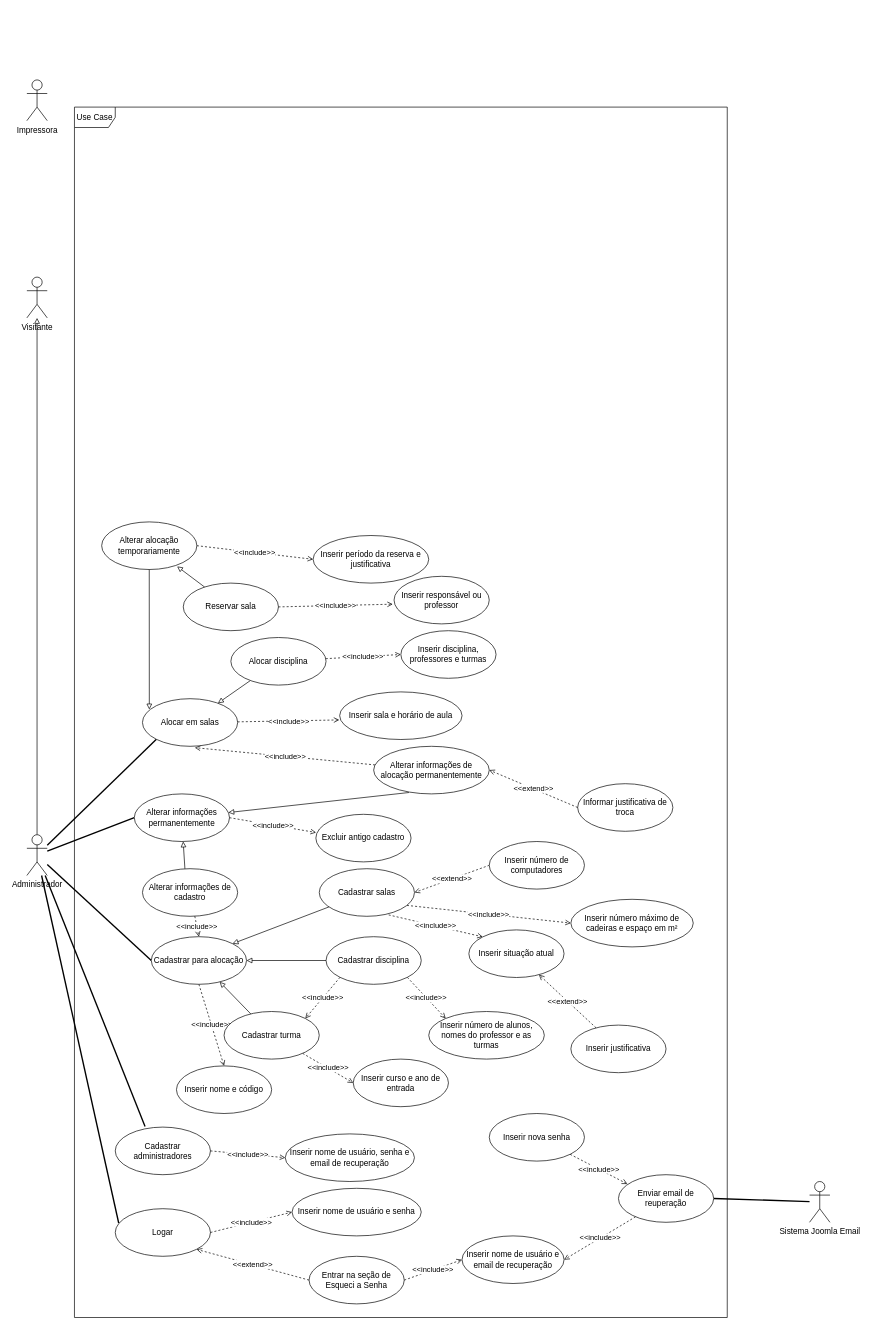
The draw.io diagram docs/requisitos/Diagrama de casos de uso.drawio in Gian-Figueiredo/sistema-ensalamento, before the edit. Source tidied: cells renumbered, new cells numbered last; positions are measured from the earlier drawing's top-left corner, leaving out a move shared by most shapes. Both pictures are drawn from the tidied source at 68%, with x=0, y=0 at pixel (27, 80).
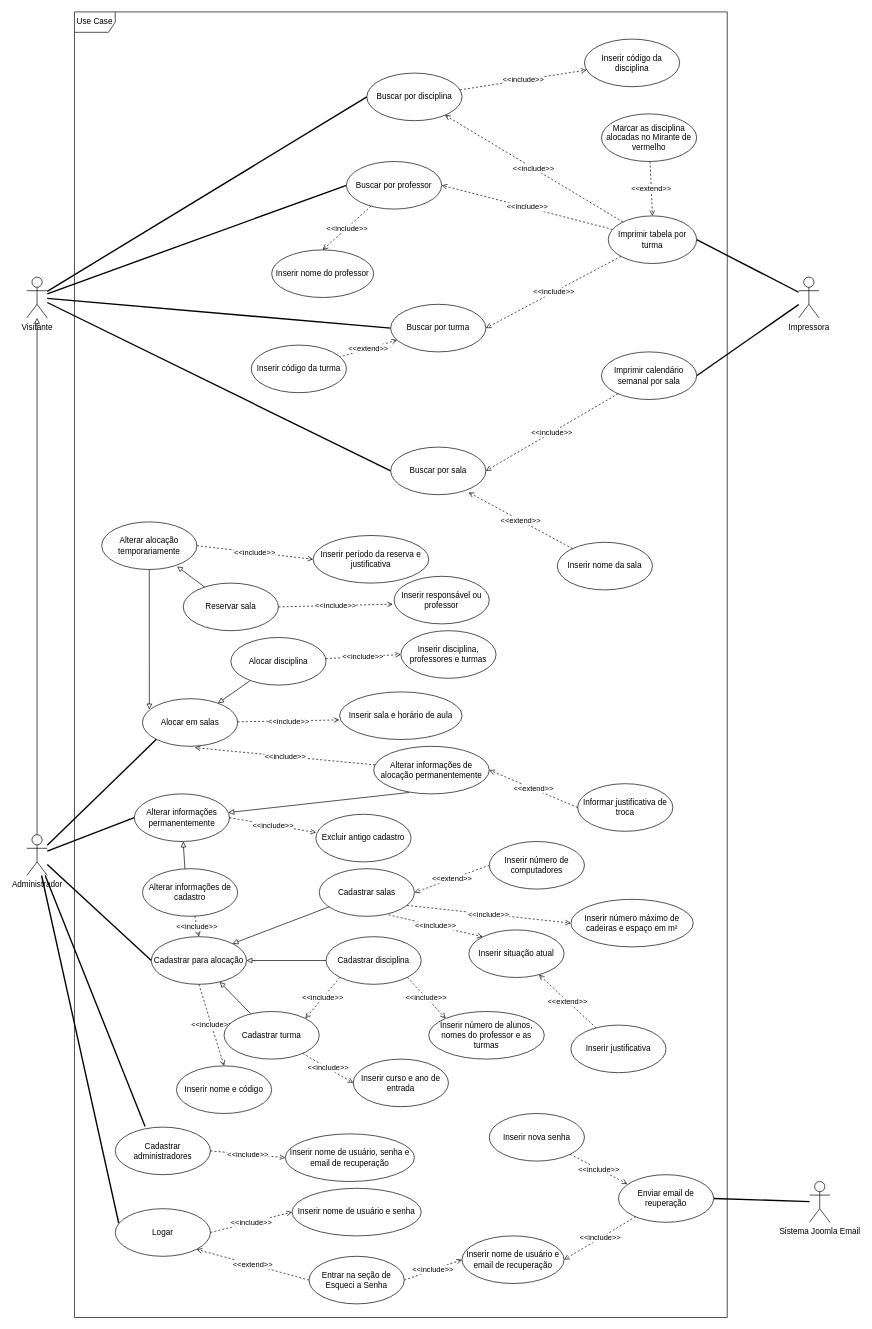
The same diagram, later.

Commit message (it also covers changes not shown here):
docs: Todos os casos de uso foram documentados

Unchanged cells that the change refers to:
```xml
<mxCell id="7" value="Visitante" style="shape=umlActor;verticalLabelPosition=bottom;verticalAlign=top;html=1;labelPerimeter=1;" parent="1" vertex="1">
  <mxGeometry y="290" width="30" height="60" as="geometry" />
</mxCell>
```

The edit, as a diff of the source:
```diff
@@
+    <mxCell id="76" style="rounded=0;jettySize=auto;html=1;entryX=0;entryY=0.5;entryDx=0;entryDy=0;defaultLabelBackgroundColor=page;labelPadding=0 4;strokeWidth=2;endArrow=none;endFill=0;" parent="1" edge="1" source="7" target="82">
+      <mxGeometry relative="1" as="geometry" />
+    </mxCell>
+    <mxCell id="77" style="rounded=0;jettySize=auto;html=1;entryX=0;entryY=0.5;entryDx=0;entryDy=0;defaultLabelBackgroundColor=page;labelPadding=0 4;strokeWidth=2;endArrow=none;endFill=0;" parent="1" edge="1" source="7" target="86">
+      <mxGeometry relative="1" as="geometry" />
+    </mxCell>
+    <mxCell id="78" style="rounded=0;jettySize=auto;html=1;entryX=0;entryY=0.5;entryDx=0;entryDy=0;defaultLabelBackgroundColor=page;labelPadding=0 4;strokeWidth=2;endArrow=none;endFill=0;" parent="1" edge="1" source="7" target="88">
+      <mxGeometry relative="1" as="geometry" />
+    </mxCell>
+    <mxCell id="79" style="rounded=0;jettySize=auto;html=1;entryX=0;entryY=0.5;entryDx=0;entryDy=0;defaultLabelBackgroundColor=page;labelPadding=0 4;strokeWidth=2;endArrow=none;endFill=0;" parent="1" edge="1" source="7" target="90">
+      <mxGeometry relative="1" as="geometry" />
+    </mxCell>
@@
     <mxCell id="8" value="Use Case" style="shape=umlFrame;whiteSpace=wrap;html=1;" parent="1" vertex="1">
-      <mxGeometry x="70" y="40" width="960" height="1780" as="geometry" />
+      <mxGeometry x="70" y="-100" width="960" height="1920" as="geometry" />
     </mxCell>
@@
+    <mxCell id="80" style="rounded=0;jettySize=auto;html=1;entryX=1;entryY=0.5;entryDx=0;entryDy=0;defaultLabelBackgroundColor=page;labelPadding=0 4;strokeWidth=2;endArrow=none;endFill=0;" parent="1" edge="1" source="75" target="99">
+      <mxGeometry relative="1" as="geometry" />
+    </mxCell>
+    <mxCell id="81" style="rounded=0;jettySize=auto;html=1;entryX=1;entryY=0.5;entryDx=0;entryDy=0;defaultLabelBackgroundColor=page;labelPadding=0 4;strokeWidth=2;endArrow=none;endFill=0;" parent="1" edge="1" source="75" target="95">
+      <mxGeometry relative="1" as="geometry" />
+    </mxCell>
     <mxCell id="75" value="Impressora" style="shape=umlActor;verticalLabelPosition=bottom;verticalAlign=top;html=1;labelPerimeter=1;" parent="1" vertex="1">
-      <mxGeometry width="30" height="60" as="geometry" />
+      <mxGeometry x="1135" y="290" width="30" height="60" as="geometry" />
     </mxCell>
+    <mxCell id="82" value="Buscar por&amp;nbsp;&lt;span style=&quot;background-color: transparent; color: light-dark(#000000, var(--ge-light-color, #ffffff));&quot;&gt;sala&lt;/span&gt;" style="ellipse;whiteSpace=wrap;html=1;" parent="1" vertex="1">
+      <mxGeometry x="535" y="540" width="140" height="70" as="geometry" />
+    </mxCell>
+    <mxCell id="83" value="Inserir nome da sala" style="ellipse;whiteSpace=wrap;html=1;" parent="1" vertex="1">
+      <mxGeometry x="780" y="680" width="140" height="70" as="geometry" />
+    </mxCell>
+    <mxCell id="84" value="&amp;lt;&amp;lt;extend&amp;gt;&amp;gt;" style="rounded=0;jettySize=auto;html=1;entryX=0.818;entryY=0.952;entryDx=0;entryDy=0;defaultLabelBackgroundColor=page;labelPadding=0 4;dashed=1;endArrow=open;endFill=0;entryPerimeter=0;" parent="1" edge="1" source="83" target="82">
+      <mxGeometry relative="1" as="geometry" />
+    </mxCell>
+    <mxCell id="85" value="&amp;lt;&amp;lt;extend&amp;gt;&amp;gt;" style="rounded=0;jettySize=auto;html=1;defaultLabelBackgroundColor=page;labelPadding=0 4;dashed=1;endArrow=none;endFill=0;startArrow=open;startFill=0;" parent="1" edge="1" source="86" target="91">
+      <mxGeometry relative="1" as="geometry" />
+    </mxCell>
+    <mxCell id="86" value="Buscar por turma" style="ellipse;whiteSpace=wrap;html=1;" parent="1" vertex="1">
+      <mxGeometry x="535" y="330" width="140" height="70" as="geometry" />
+    </mxCell>
+    <mxCell id="87" value="&amp;lt;&amp;lt;include&amp;gt;&amp;gt;" style="rounded=0;jettySize=auto;html=1;entryX=0.5;entryY=0;entryDx=0;entryDy=0;defaultLabelBackgroundColor=page;labelPadding=0 4;dashed=1;endArrow=open;endFill=0;" parent="1" edge="1" source="88" target="92">
+      <mxGeometry relative="1" as="geometry" />
+    </mxCell>
+    <mxCell id="88" value="Buscar por professor" style="ellipse;whiteSpace=wrap;html=1;" parent="1" vertex="1">
+      <mxGeometry x="470" y="120" width="140" height="70" as="geometry" />
+    </mxCell>
+    <mxCell id="89" value="&amp;lt;&amp;lt;include&amp;gt;&amp;gt;" style="rounded=0;jettySize=auto;html=1;defaultLabelBackgroundColor=page;labelPadding=0 4;dashed=1;endArrow=open;endFill=0;" parent="1" edge="1" source="90" target="93">
+      <mxGeometry relative="1" as="geometry" />
+    </mxCell>
+    <mxCell id="90" value="Buscar por disciplina" style="ellipse;whiteSpace=wrap;html=1;" parent="1" vertex="1">
+      <mxGeometry x="500" y="-10" width="140" height="70" as="geometry" />
+    </mxCell>
+    <mxCell id="91" value="Inserir código da turma" style="ellipse;whiteSpace=wrap;html=1;" parent="1" vertex="1">
+      <mxGeometry x="330" y="390" width="140" height="70" as="geometry" />
+    </mxCell>
+    <mxCell id="92" value="Inserir nome do professor" style="ellipse;whiteSpace=wrap;html=1;" parent="1" vertex="1">
+      <mxGeometry x="360" y="250" width="150" height="70" as="geometry" />
+    </mxCell>
+    <mxCell id="93" value="Inserir código da disciplina" style="ellipse;whiteSpace=wrap;html=1;" parent="1" vertex="1">
+      <mxGeometry x="820" y="-60" width="140" height="70" as="geometry" />
+    </mxCell>
+    <mxCell id="94" value="&amp;lt;&amp;lt;include&amp;gt;&amp;gt;" style="rounded=0;jettySize=auto;html=1;entryX=1;entryY=0.5;entryDx=0;entryDy=0;defaultLabelBackgroundColor=page;labelPadding=0 4;dashed=1;endArrow=open;endFill=0;" parent="1" edge="1" source="95" target="82">
+      <mxGeometry relative="1" as="geometry" />
+    </mxCell>
+    <mxCell id="95" value="Imprimir calendário semanal por sala" style="ellipse;whiteSpace=wrap;html=1;" parent="1" vertex="1">
+      <mxGeometry x="845" y="400" width="140" height="70" as="geometry" />
+    </mxCell>
+    <mxCell id="96" value="&amp;lt;&amp;lt;include&amp;gt;&amp;gt;" style="rounded=0;jettySize=auto;html=1;defaultLabelBackgroundColor=page;labelPadding=0 4;dashed=1;endArrow=open;endFill=0;" parent="1" edge="1" source="99" target="90">
+      <mxGeometry relative="1" as="geometry" />
+    </mxCell>
+    <mxCell id="97" value="&amp;lt;&amp;lt;include&amp;gt;&amp;gt;" style="rounded=0;jettySize=auto;html=1;entryX=1;entryY=0.5;entryDx=0;entryDy=0;defaultLabelBackgroundColor=page;labelPadding=0 4;dashed=1;endArrow=open;endFill=0;" parent="1" edge="1" source="99" target="88">
+      <mxGeometry relative="1" as="geometry" />
+    </mxCell>
+    <mxCell id="98" value="&amp;lt;&amp;lt;include&amp;gt;&amp;gt;" style="rounded=0;jettySize=auto;html=1;entryX=1;entryY=0.5;entryDx=0;entryDy=0;defaultLabelBackgroundColor=page;labelPadding=0 4;dashed=1;endArrow=open;endFill=0;" parent="1" edge="1" source="99" target="86">
+      <mxGeometry relative="1" as="geometry" />
+    </mxCell>
+    <mxCell id="99" value="Imprimir tabela por turma" style="ellipse;whiteSpace=wrap;html=1;" parent="1" vertex="1">
+      <mxGeometry x="855" y="200" width="130" height="70" as="geometry" />
+    </mxCell>
+    <mxCell id="100" value="&amp;lt;&amp;lt;extend&amp;gt;&amp;gt;" style="rounded=0;jettySize=auto;html=1;entryX=0.5;entryY=0;entryDx=0;entryDy=0;defaultLabelBackgroundColor=page;labelPadding=0 4;dashed=1;endArrow=open;endFill=0;" parent="1" edge="1" source="101" target="99">
+      <mxGeometry relative="1" as="geometry" />
+    </mxCell>
+    <mxCell id="101" value="Marcar as disciplina alocadas no Mirante de vermelho" style="ellipse;whiteSpace=wrap;html=1;" parent="1" vertex="1">
+      <mxGeometry x="845" y="50" width="140" height="70" as="geometry" />
+    </mxCell>
```
